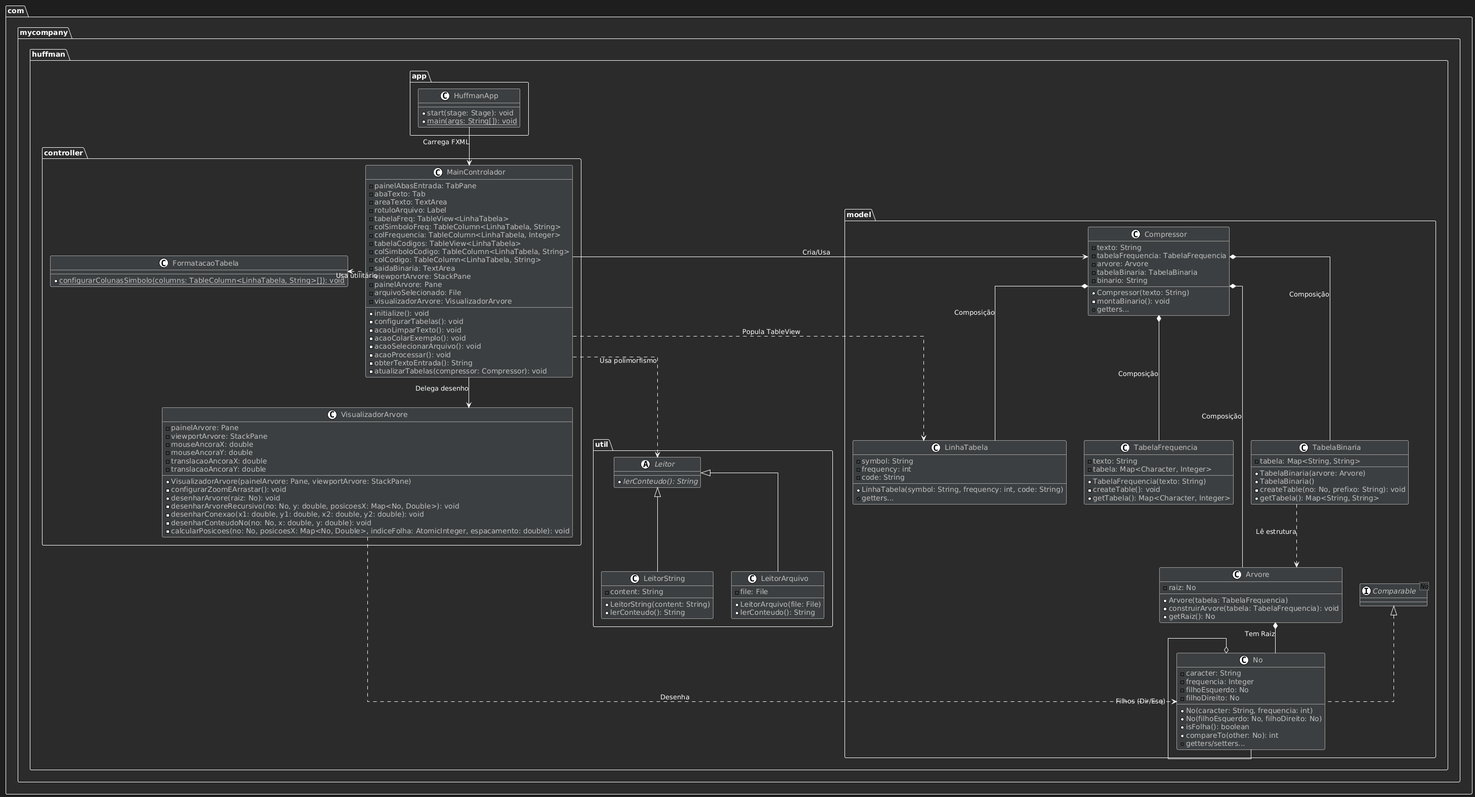
Before: documents/DiagramaUML.png, a diagram exported from PlantUML (zMaffezzoli/CompressorHuffmanGUI). Its diagram source:
```plantuml
@startuml
!theme plain
skinparam backgroundColor #1E1E1E
skinparam linetype ortho
skinparam shadowing false

skinparam package {
    BackgroundColor #2B2B2B
    BorderColor #FFFFFF
    FontColor #FFFFFF
}
skinparam class {
    BackgroundColor #3C3F41
    BorderColor #A0A0A0
    FontColor #FFFFFF
    AttributeFontColor #C0C0C0
    MethodFontColor #C0C0C0
    ArrowColor #FFFFFF
}
skinparam arrow {
    Color #FFFFFF
    FontColor #FFFFFF
}

package com.mycompany.huffman {

    package app {
        class HuffmanApp {
            +start(stage: Stage): void
            {static} +main(args: String[]): void
        }
    }

    package controller {
        class FormatacaoTabela {
            {static} +configurarColunasSimbolo(columns: TableColumn<LinhaTabela, String>[]): void
        }

        class MainControlador {
            -painelAbasEntrada: TabPane
            -abaTexto: Tab
            -areaTexto: TextArea
            -rotuloArquivo: Label
            -tabelaFreq: TableView<LinhaTabela>
            -colSimboloFreq: TableColumn<LinhaTabela, String>
            -colFrequencia: TableColumn<LinhaTabela, Integer>
            -tabelaCodigos: TableView<LinhaTabela>
            -colSimboloCodigo: TableColumn<LinhaTabela, String>
            -colCodigo: TableColumn<LinhaTabela, String>
            -saidaBinaria: TextArea
            -viewportArvore: StackPane
            -painelArvore: Pane
            -arquivoSelecionado: File
            -visualizadorArvore: VisualizadorArvore
            --
            +initialize(): void
            -configurarTabelas(): void
            -acaoLimparTexto(): void
            -acaoColarExemplo(): void
            -acaoSelecionarArquivo(): void
            -acaoProcessar(): void
            -obterTextoEntrada(): String
            -atualizarTabelas(compressor: Compressor): void
        }

        class VisualizadorArvore {
            -painelArvore: Pane
            -viewportArvore: StackPane
            -mouseAncoraX: double
            -mouseAncoraY: double
            -translacaoAncoraX: double
            -translacaoAncoraY: double
            --
            +VisualizadorArvore(painelArvore: Pane, viewportArvore: StackPane)
            -configurarZoomEArrastar(): void
            +desenharArvore(raiz: No): void
            -desenharArvoreRecursivo(no: No, y: double, posicoesX: Map<No, Double>): void
            -desenharConexao(x1: double, y1: double, x2: double, y2: double): void
            -desenharConteudoNo(no: No, x: double, y: double): void
            -calcularPosicoes(no: No, posicoesX: Map<No, Double>, indiceFolha: AtomicInteger, espacamento: double): void
        }
    }

    package util {
        abstract class Leitor {
            {abstract} +lerConteudo(): String
        }

        class LeitorString {
            -content: String
            --
            +LeitorString(content: String)
            +lerConteudo(): String
        }

        class LeitorArquivo {
            -file: File
            --
            +LeitorArquivo(file: File)
            +lerConteudo(): String
        }
    }

    package model {
        class Compressor {
            -texto: String
            -tabelaFrequencia: TabelaFrequencia
            -arvore: Arvore
            -tabelaBinaria: TabelaBinaria
            -binario: String
            --
            +Compressor(texto: String)
            -montaBinario(): void
            +getters...
        }

        class LinhaTabela {
            -symbol: String
            -frequency: int
            -code: String
            --
            +LinhaTabela(symbol: String, frequency: int, code: String)
            +getters...
        }

        class TabelaFrequencia {
            -texto: String
            -tabela: Map<Character, Integer>
            --
            +TabelaFrequencia(texto: String)
            -createTable(): void
            +getTabela(): Map<Character, Integer>
        }

        class TabelaBinaria {
            -tabela: Map<String, String>
            --
            +TabelaBinaria(arvore: Arvore)
            +TabelaBinaria()
            -createTable(no: No, prefixo: String): void
            +getTabela(): Map<String, String>
        }

        class Arvore {
            -raiz: No
            --
            +Arvore(tabela: TabelaFrequencia)
            -construirArvore(tabela: TabelaFrequencia): void
            +getRaiz(): No
        }

        interface Comparable<No> {
        }

        class No {
            -caracter: String
            -frequencia: Integer
            -filhoEsquerdo: No
            -filhoDireito: No
            --
            +No(caracter: String, frequencia: int)
            +No(filhoEsquerdo: No, filhoDireito: No)
            +isFolha(): boolean
            +compareTo(other: No): int
            +getters/setters...
        }
    }
}


com.mycompany.huffman.app.HuffmanApp --> com.mycompany.huffman.controller.MainControlador : Carrega FXML

com.mycompany.huffman.controller.MainControlador .left.> com.mycompany.huffman.controller.FormatacaoTabela : Usa utilitário
com.mycompany.huffman.controller.MainControlador --> com.mycompany.huffman.controller.VisualizadorArvore : Delega desenho

com.mycompany.huffman.controller.MainControlador .right.> com.mycompany.huffman.model.LinhaTabela : Popula TableView
com.mycompany.huffman.controller.MainControlador -right-> com.mycompany.huffman.model.Compressor : Cria/Usa
com.mycompany.huffman.controller.MainControlador ..> com.mycompany.huffman.util.Leitor : Usa polimorfismo

com.mycompany.huffman.util.Leitor <|-- com.mycompany.huffman.util.LeitorString
com.mycompany.huffman.util.Leitor <|-- com.mycompany.huffman.util.LeitorArquivo

com.mycompany.huffman.model.Compressor *-- com.mycompany.huffman.model.TabelaFrequencia : Composição
com.mycompany.huffman.model.Compressor *-- com.mycompany.huffman.model.Arvore : Composição
com.mycompany.huffman.model.Compressor *-- com.mycompany.huffman.model.TabelaBinaria : Composição
com.mycompany.huffman.model.Compressor *-- com.mycompany.huffman.model.LinhaTabela : Composição

com.mycompany.huffman.model.TabelaBinaria .down.> com.mycompany.huffman.model.Arvore : Lê estrutura

com.mycompany.huffman.model.Arvore *-- com.mycompany.huffman.model.No : Tem Raiz

com.mycompany.huffman.model.No o-- com.mycompany.huffman.model.No : Filhos (Dir/Esq)
com.mycompany.huffman.model.No .up.|> com.mycompany.huffman.model.Comparable

com.mycompany.huffman.controller.VisualizadorArvore .right.> com.mycompany.huffman.model.No : Desenha
@enduml
```
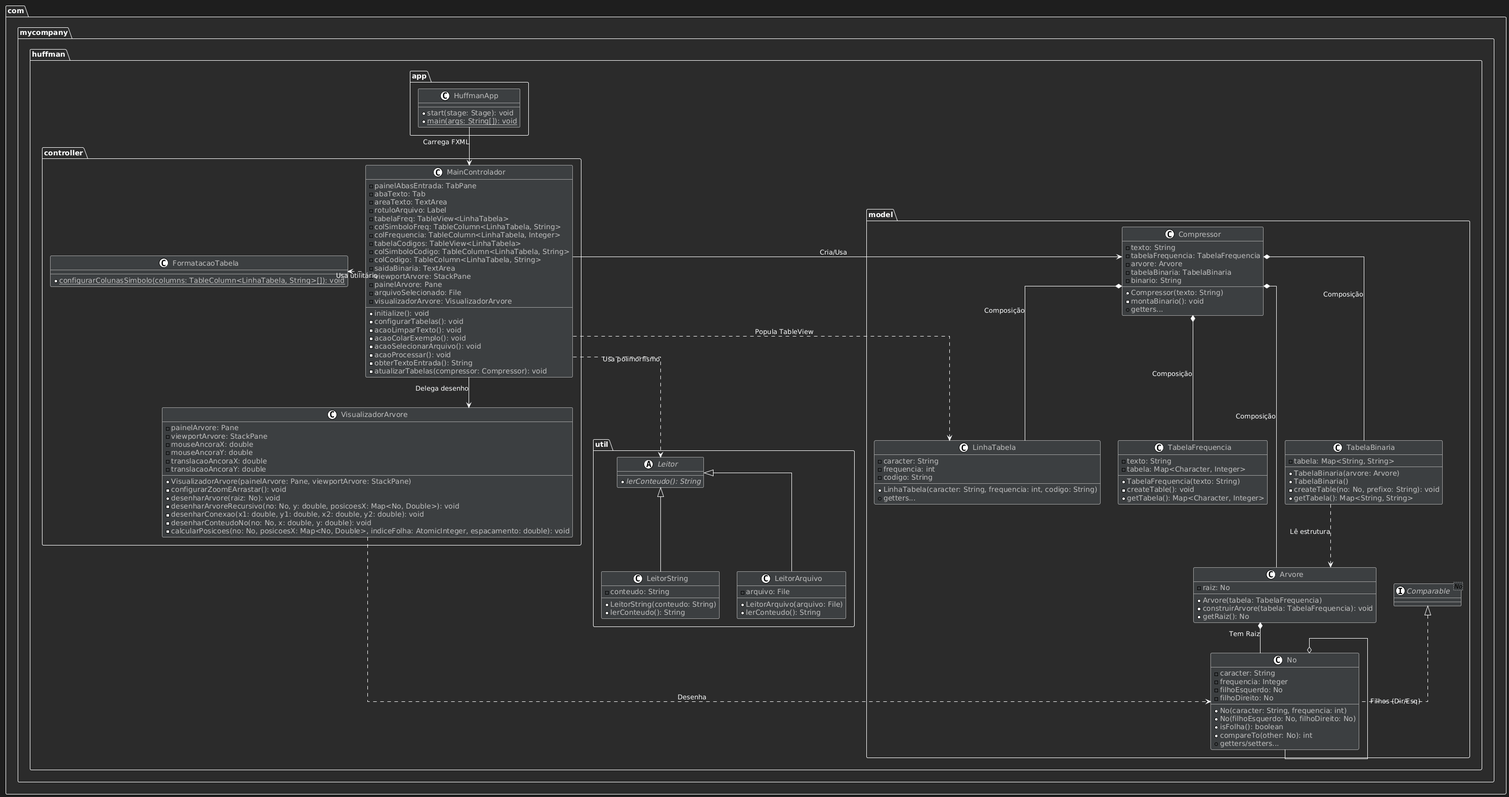
Later version of the same file.

Commit message:
Diagrama alterado pelos imprevistos

Change to the diagram source:
```diff
@@ -87,16 +87,16 @@
         }
 
         class LeitorString {
-            -content: String
+            -conteudo: String
             --
-            +LeitorString(content: String)
+            +LeitorString(conteudo: String)
             +lerConteudo(): String
         }
 
         class LeitorArquivo {
-            -file: File
+            -arquivo: File
             --
-            +LeitorArquivo(file: File)
+            +LeitorArquivo(arquivo: File)
             +lerConteudo(): String
         }
     }
@@ -115,11 +115,11 @@
         }
 
         class LinhaTabela {
-            -symbol: String
-            -frequency: int
-            -code: String
+            -caracter: String
+            -frequencia: int
+            -codigo: String
             --
-            +LinhaTabela(symbol: String, frequency: int, code: String)
+            +LinhaTabela(caracter: String, frequencia: int, codigo: String)
             +getters...
         }
 
```
